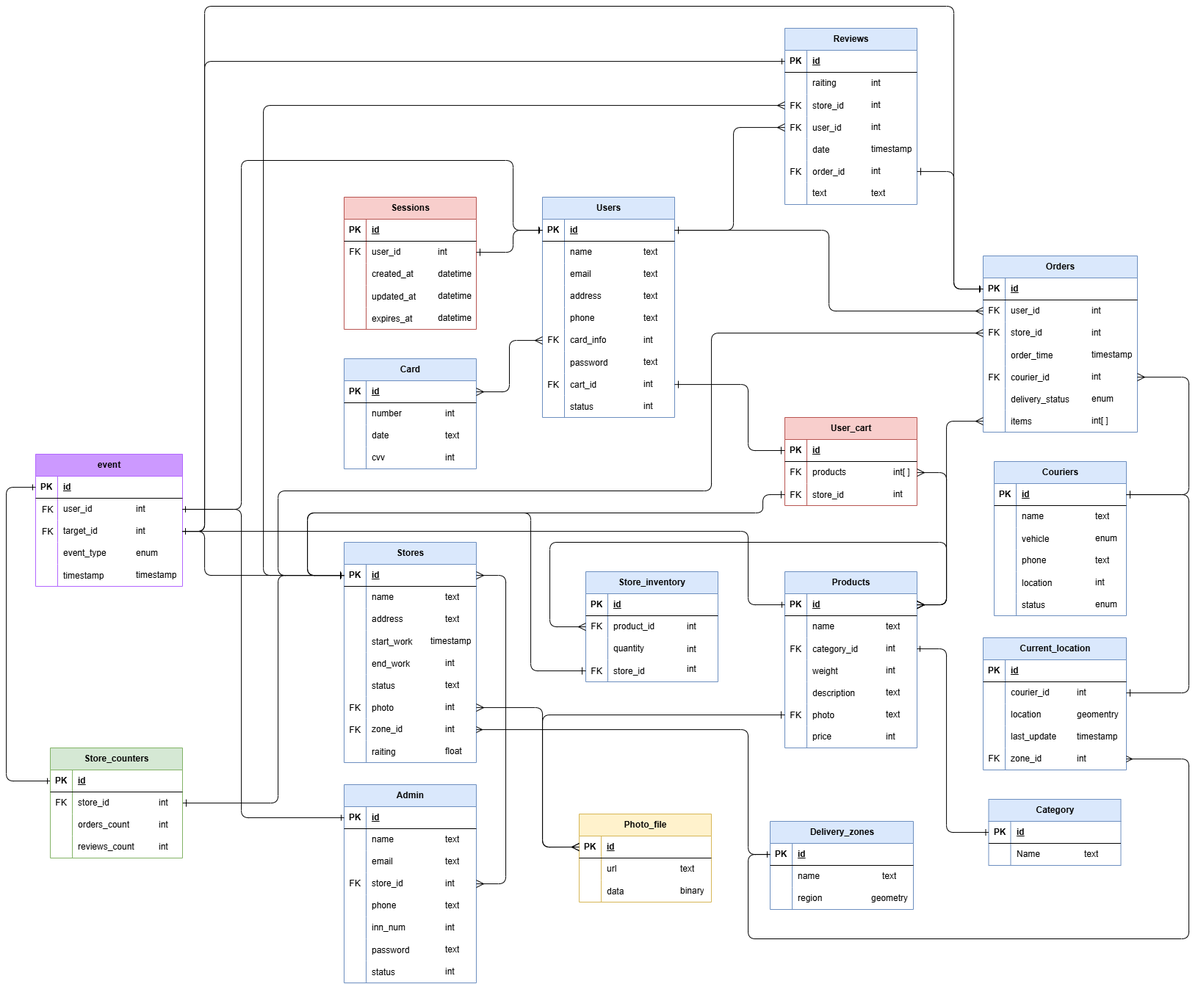
This is Логическая БД DZ5.png from Tovardas/TP_Highload_YandexEda, a draw.io export, as it was before one commit. Source tidied: cells renumbered, new cells last; positions are measured from the earlier drawing's top-left corner, leaving out a move shared by most shapes.
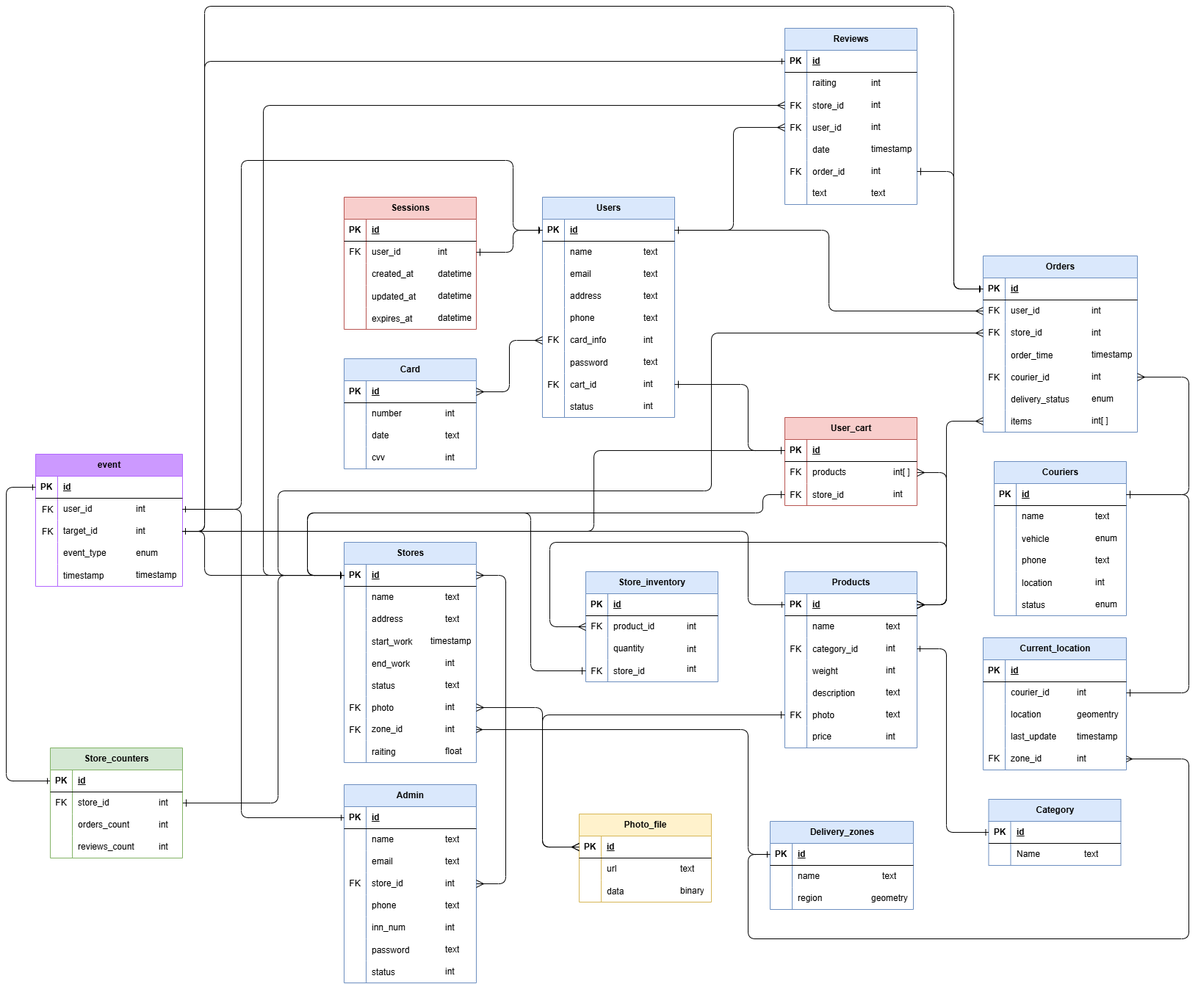
The same file after the commit.

Change to the diagram source:
```diff
@@ -1348,5 +1348,13 @@
     <mxCell id="400" value="int" style="shape=partialRectangle;fillColor=none;top=0;left=0;bottom=0;right=0;align=left;spacingLeft=6;overflow=hidden;whiteSpace=wrap;html=1;" parent="1" vertex="1">
       <mxGeometry x="1450" y="1010" width="75" height="30" as="geometry" />
     </mxCell>
+    <mxCell id="401" style="edgeStyle=orthogonalEdgeStyle;rounded=1;jettySize=auto;html=1;curved=0;endArrow=none;endFill=0;" parent="1" edge="1" source="345" target="256">
+      <mxGeometry relative="1" as="geometry">
+        <Array as="points">
+          <mxPoint x="800" y="715" />
+          <mxPoint x="800" y="605" />
+        </Array>
+      </mxGeometry>
+    </mxCell>
   </root>
 </mxGraphModel>
```
